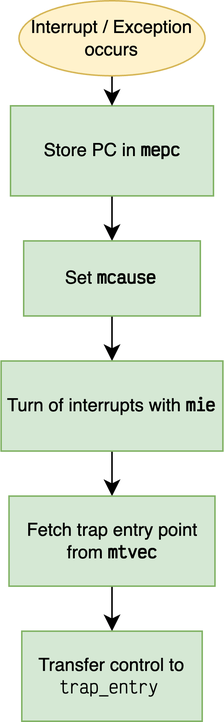
This is images/riscvinterrupt.png from arif-desu/Lyra, a draw.io export, as it was before one commit. Source tidied: cells renumbered, new cells last; positions are measured from the earlier drawing's top-left corner, leaving out a move shared by most shapes.
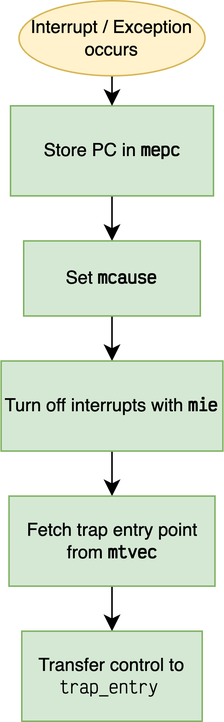
After the change.

Commit message:
Correct a typo

Diff of the diagram source:
```diff
@@ -17,7 +17,7 @@
     <mxCell id="6" style="edgeStyle=none;curved=1;rounded=0;jettySize=auto;html=1;entryX=0.5;entryY=0;entryDx=0;entryDy=0;fontSize=12;startSize=8;endSize=8;" parent="1" edge="1" source="7" target="9">
       <mxGeometry relative="1" as="geometry" />
     </mxCell>
-    <mxCell id="7" value="Turn of interrupts with &lt;font face=&quot;Victor Mono&quot;&gt;&lt;b&gt;mie&lt;/b&gt;&lt;/font&gt;" style="rounded=0;whiteSpace=wrap;html=1;fillColor=#d5e8d4;strokeColor=#82b366;" parent="1" vertex="1">
+    <mxCell id="7" value="Turn off interrupts with &lt;font face=&quot;Victor Mono&quot;&gt;&lt;b&gt;mie&lt;/b&gt;&lt;/font&gt;" style="rounded=0;whiteSpace=wrap;html=1;fillColor=#d5e8d4;strokeColor=#82b366;" parent="1" vertex="1">
       <mxGeometry x="0.2" y="240" width="147.5" height="60" as="geometry" />
     </mxCell>
     <mxCell id="8" style="edgeStyle=none;curved=1;rounded=0;jettySize=auto;html=1;entryX=0.5;entryY=0;entryDx=0;entryDy=0;fontSize=12;startSize=8;endSize=8;" parent="1" edge="1" source="9" target="10">
```
